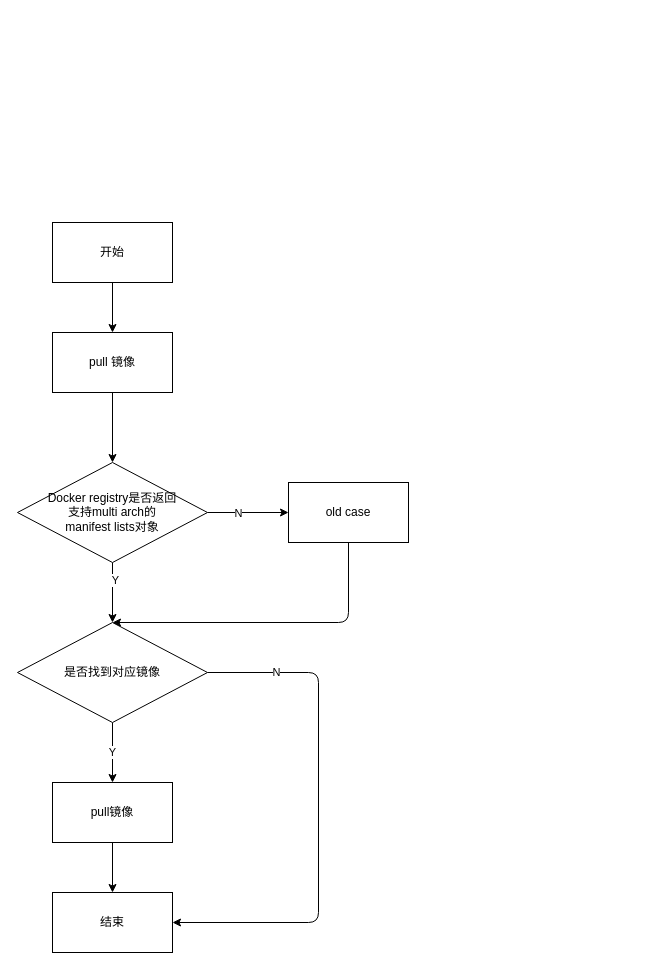
Earlier version of the draw.io diagram 镜像拉取流程.drawio (luqitao/drawio_files). Source tidied: cells renumbered, new cells numbered last; positions are measured from the earlier drawing's top-left corner, leaving out a move shared by most shapes. Both pictures are drawn from the tidied source at 100%, with x=0, y=0 at pixel (17, 222).
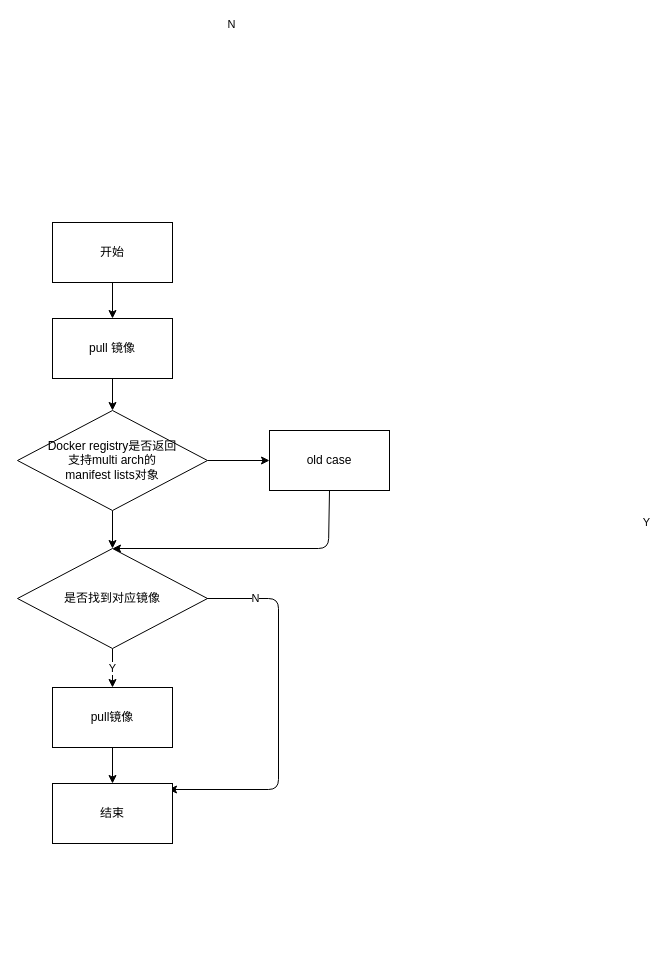
The same page after the edit.

Commit message (it also covers changes not shown here):
更新镜像拉取流程.drawio

Unchanged cells that the change refers to:
```xml
<mxCell id="6" style="edgeStyle=none;html=1;" parent="1" edge="1" source="10" target="14">
  <mxGeometry relative="1" as="geometry" />
</mxCell>
<mxCell id="8" style="edgeStyle=none;html=1;" parent="1" edge="1" source="10" target="16">
  <mxGeometry relative="1" as="geometry" />
</mxCell>
```

Diff of the diagram source:
```diff
@@
-    <mxCell id="4" style="edgeStyle=none;html=1;" parent="1" edge="1" source="5" target="10">
+    <mxCell id="4" style="edgeStyle=orthogonalEdgeStyle;rounded=0;jettySize=auto;html=1;exitX=0.5;exitY=1;exitDx=0;exitDy=0;entryX=0.5;entryY=0;entryDx=0;entryDy=0;" parent="1" edge="1" source="5" target="10">
       <mxGeometry relative="1" as="geometry" />
     </mxCell>
     <mxCell id="5" value="pull 镜像" style="whiteSpace=wrap;html=1;rounded=0;" parent="1" vertex="1">
-      <mxGeometry x="35" y="110" width="120" height="60" as="geometry" />
+      <mxGeometry x="35" y="96" width="120" height="60" as="geometry" />
     </mxCell>
@@
     <mxCell id="7" value="Y" style="edgeLabel;html=1;align=center;verticalAlign=middle;" parent="6" vertex="1">
-      <mxGeometry x="-0.43" y="2" relative="1" as="geometry" />
+      <mxGeometry x="-0.43" y="533" relative="1" as="geometry" />
     </mxCell>
@@
     <mxCell id="9" value="N" style="edgeLabel;html=1;align=center;verticalAlign=middle;" parent="8" vertex="1">
-      <mxGeometry x="-0.26" relative="1" as="geometry" />
+      <mxGeometry x="-0.26" y="437" relative="1" as="geometry" />
     </mxCell>
     <mxCell id="10" value="Docker registry是否返回&lt;br&gt;支持multi arch的&lt;br&gt;manifest lists对象" style="rhombus;whiteSpace=wrap;html=1;rounded=0;" parent="1" vertex="1">
-      <mxGeometry y="240" width="190" height="100" as="geometry" />
+      <mxGeometry y="188" width="190" height="100" as="geometry" />
     </mxCell>
-    <mxCell id="11" value="Y" style="edgeStyle=none;html=1;" parent="1" edge="1" source="14" target="18">
-      <mxGeometry relative="1" as="geometry" />
-    </mxCell>
-    <mxCell id="12" style="edgeStyle=none;html=1;exitX=1;exitY=0.5;exitDx=0;exitDy=0;entryX=1;entryY=0.5;entryDx=0;entryDy=0;" parent="1" edge="1" source="14" target="19">
+    <mxCell id="12" style="edgeStyle=none;html=1;exitX=1;exitY=0.5;exitDx=0;exitDy=0;entryX=1;entryY=0.5;entryDx=0;entryDy=0;" parent="1" edge="1">
       <mxGeometry relative="1" as="geometry">
+        <mxPoint x="186" y="376" as="sourcePoint" />
+        <mxPoint x="151" y="567" as="targetPoint" />
         <Array as="points">
-          <mxPoint x="301" y="450" />
-          <mxPoint x="301" y="700" />
+          <mxPoint x="261" y="376" />
+          <mxPoint x="261" y="567" />
         </Array>
       </mxGeometry>
     </mxCell>
@@
+    <mxCell id="11" value="Y" style="edgeStyle=orthogonalEdgeStyle;rounded=0;jettySize=auto;html=1;exitX=0.5;exitY=1;exitDx=0;exitDy=0;entryX=0.5;entryY=0;entryDx=0;entryDy=0;" parent="1" edge="1" source="14" target="18">
+      <mxGeometry relative="1" as="geometry" />
+    </mxCell>
     <mxCell id="14" value="是否找到对应镜像" style="rhombus;whiteSpace=wrap;html=1;rounded=0;" parent="1" vertex="1">
-      <mxGeometry y="400" width="190" height="100" as="geometry" />
+      <mxGeometry y="326" width="190" height="100" as="geometry" />
     </mxCell>
     <mxCell id="15" style="edgeStyle=none;html=1;exitX=0.5;exitY=1;exitDx=0;exitDy=0;entryX=0.5;entryY=0;entryDx=0;entryDy=0;" parent="1" edge="1" source="16" target="14">
       <mxGeometry relative="1" as="geometry">
         <Array as="points">
-          <mxPoint x="331" y="400" />
+          <mxPoint x="311" y="326" />
         </Array>
       </mxGeometry>
     </mxCell>
     <mxCell id="16" value="old case" style="whiteSpace=wrap;html=1;rounded=0;" parent="1" vertex="1">
-      <mxGeometry x="271" y="260" width="120" height="60" as="geometry" />
+      <mxGeometry x="252" y="208" width="120" height="60" as="geometry" />
     </mxCell>
@@
     <mxCell id="18" value="pull镜像" style="whiteSpace=wrap;html=1;rounded=0;" parent="1" vertex="1">
-      <mxGeometry x="35" y="560" width="120" height="60" as="geometry" />
+      <mxGeometry x="35" y="465" width="120" height="60" as="geometry" />
     </mxCell>
     <mxCell id="19" value="结束" style="whiteSpace=wrap;html=1;rounded=0;" parent="1" vertex="1">
-      <mxGeometry x="35" y="670" width="120" height="60" as="geometry" />
+      <mxGeometry x="35" y="561" width="120" height="60" as="geometry" />
     </mxCell>
```
